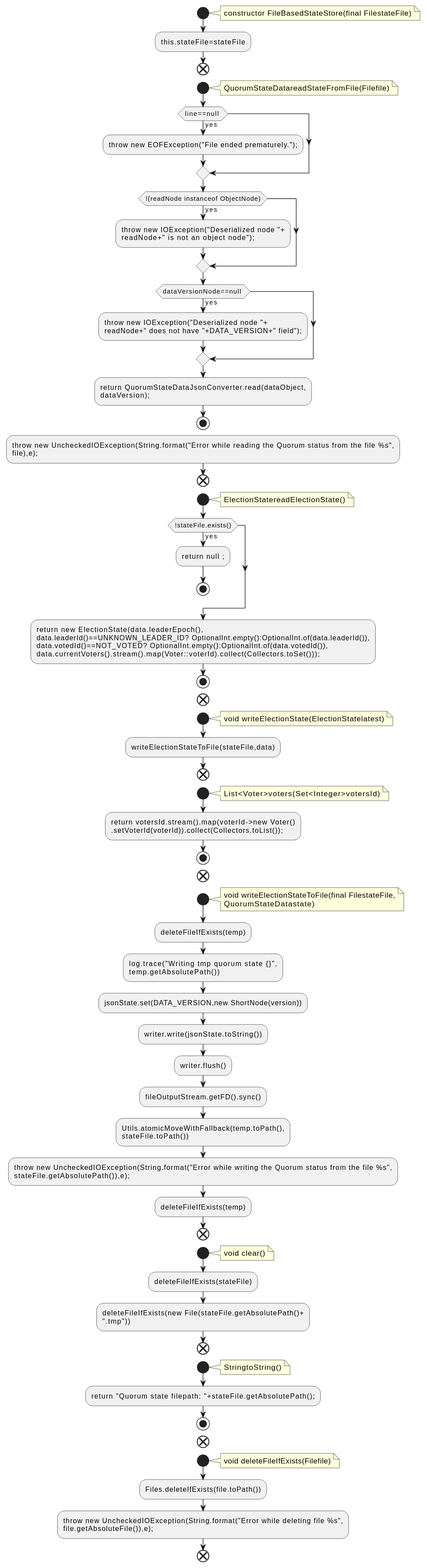
The PlantUML diagram docs/qc/raft/src/main/java/org/apache/kafka/raft/FileBasedStateStore.java.fct.svg in qualitesys/kafka, before a commit.
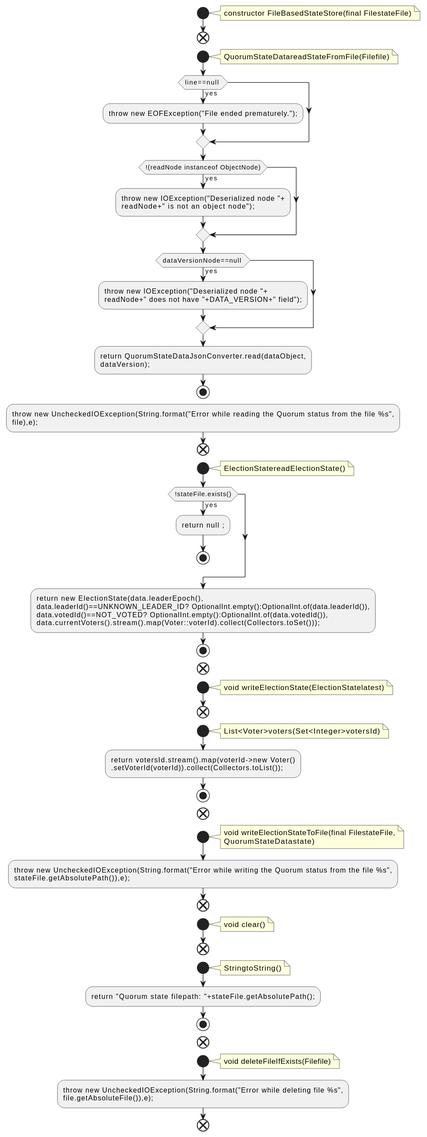
The same file after the commit.

Change to the diagram source:
```diff
@@ -4,7 +4,6 @@
 note right
 constructor FileBasedStateStore(final FilestateFile)
 end note
-:this.stateFile=stateFile;
 end
 start
 note right
@@ -45,7 +44,6 @@
 note right
 void writeElectionState(ElectionStatelatest)
 end note
-:writeElectionStateToFile(stateFile,data);
 end
 start
 note right
@@ -60,26 +58,13 @@
 void writeElectionStateToFile(final FilestateFile,
 QuorumStateDatastate)
 end note
-:deleteFileIfExists(temp);
-:log.trace("Writing tmp quorum state {}",
-temp.getAbsolutePath());
-:jsonState.set(DATA_VERSION,new ShortNode(version));
-:writer.write(jsonState.toString());
-:writer.flush();
-:fileOutputStream.getFD().sync();
-:Utils.atomicMoveWithFallback(temp.toPath(),
-stateFile.toPath());
 :throw new UncheckedIOException(String.format("Error while writing the Quorum status from the file %s",
 stateFile.getAbsolutePath()),e);;
-:deleteFileIfExists(temp);
 end
 start
 note right
 void clear()
 end note
-:deleteFileIfExists(stateFile);
-:deleteFileIfExists(new File(stateFile.getAbsolutePath()+
-".tmp"));
 end
 start
 note right
@@ -92,7 +77,6 @@
 note right
 void deleteFileIfExists(Filefile)
 end note
-:Files.deleteIfExists(file.toPath());
 :throw new UncheckedIOException(String.format("Error while deleting file %s",
 file.getAbsoluteFile()),e);;
 end
```
